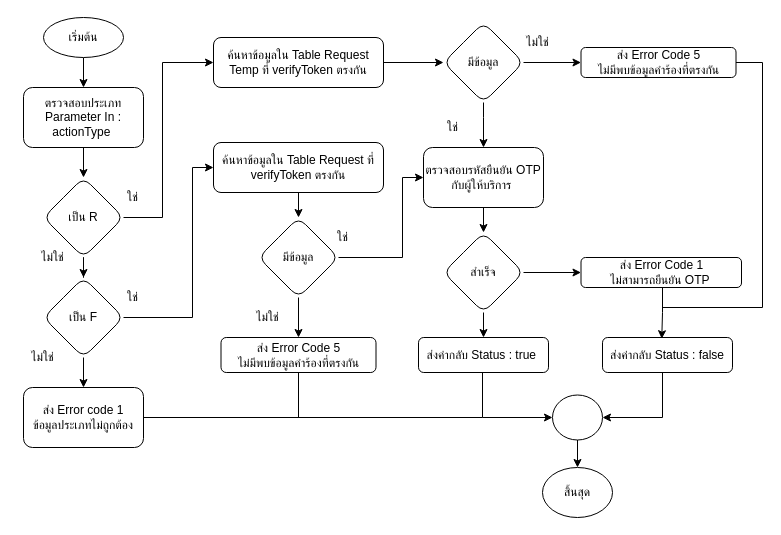
Earlier version of the draw.io diagram VerifyOTPByTel.drawio (charifrodmanee/charifrodmanee). Source tidied: cells renumbered, new cells numbered last; positions are measured from the earlier drawing's top-left corner, leaving out a move shared by most shapes. Both pictures are drawn from the tidied source at 100%, with x=0, y=0 at pixel (17, 17).
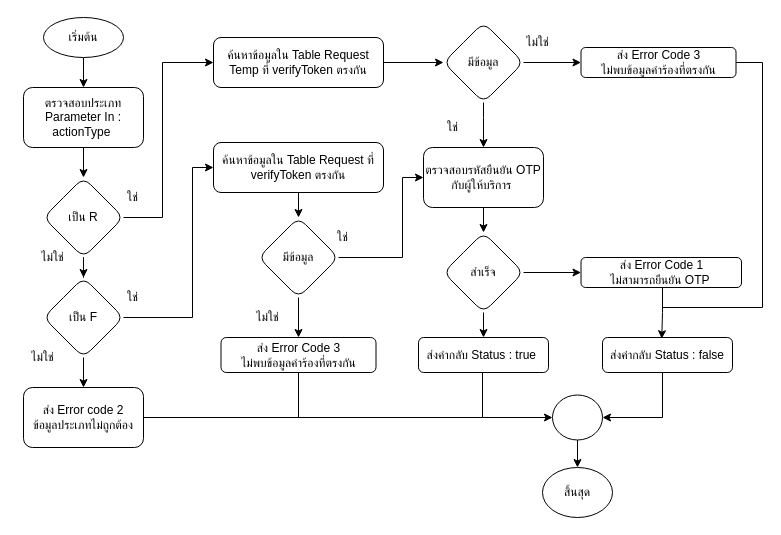
After the change.

Diff of the diagram source:
```diff
@@
-    <mxCell id="20" value="ส่ง Error code 1&lt;br&gt;ข้อมูลประเภทไม่ถูกต้อง" style="whiteSpace=wrap;html=1;rounded=1;" parent="1" vertex="1">
+    <mxCell id="20" value="ส่ง Error code 2&lt;br&gt;ข้อมูลประเภทไม่ถูกต้อง" style="whiteSpace=wrap;html=1;rounded=1;" parent="1" vertex="1">
       <mxGeometry x="6" y="370" width="120" height="60" as="geometry" />
     </mxCell>
@@
-    <mxCell id="36" value="ส่ง Error Code 5&lt;br&gt;ไม่มีพบข้อมูลคำร้องที่ตรงกัน" style="rounded=1;whiteSpace=wrap;html=1;" parent="1" vertex="1">
+    <mxCell id="36" value="ส่ง Error Code 3&lt;br&gt;ไม่พบข้อมูลคำร้องที่ตรงกัน" style="rounded=1;whiteSpace=wrap;html=1;" parent="1" vertex="1">
       <mxGeometry x="563.5" y="30" width="155" height="30" as="geometry" />
     </mxCell>
@@
-    <mxCell id="44" value="ส่ง Error Code 5&lt;br&gt;ไม่มีพบข้อมูลคำร้องที่ตรงกัน" style="rounded=1;whiteSpace=wrap;html=1;" parent="1" vertex="1">
+    <mxCell id="44" value="ส่ง Error Code 3&lt;br&gt;ไม่พบข้อมูลคำร้องที่ตรงกัน" style="rounded=1;whiteSpace=wrap;html=1;" parent="1" vertex="1">
       <mxGeometry x="203.5" y="320" width="155" height="35" as="geometry" />
     </mxCell>
```
